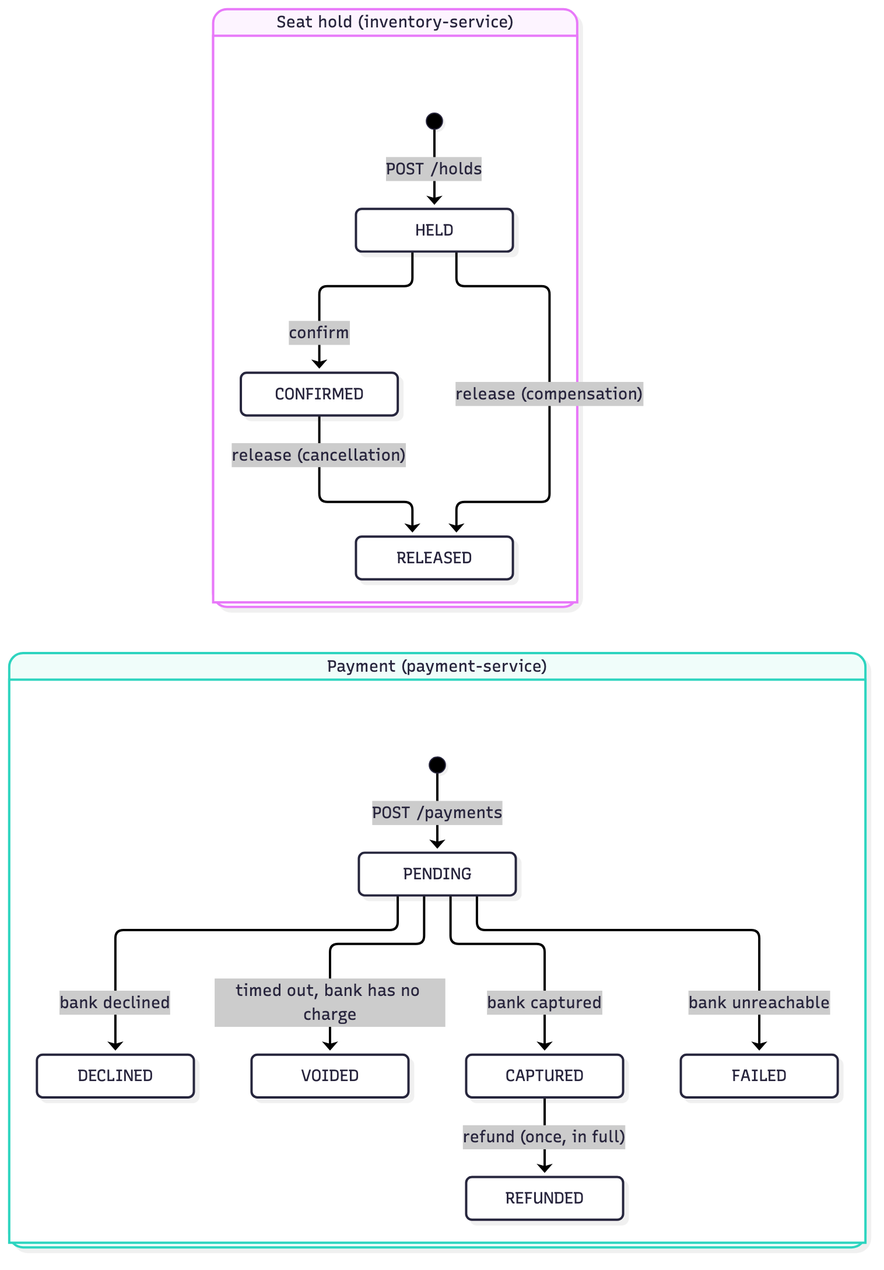
The Mermaid diagram docs/diagrams/state-hold-payment.png in spaceman-dev/tatkal-booking-microservices, before a commit. Its source is kept beside it as docs/diagrams/state-hold-payment.mmd. Its diagram source:
```mermaid
stateDiagram-v2
    direction LR
    state "Seat hold (inventory-service)" as hold {
        [*] --> HELD: POST /holds
        HELD --> CONFIRMED: confirm
        HELD --> RELEASED: release (compensation)
        CONFIRMED --> RELEASED: release (cancellation)
    }
    state "Payment (payment-service)" as pay {
        [*] --> PENDING: POST /payments
        PENDING --> CAPTURED: bank captured
        PENDING --> DECLINED: bank declined
        PENDING --> FAILED: bank unreachable
        PENDING --> VOIDED: timed out, bank has no charge
        CAPTURED --> REFUNDED: refund (once, in full)
    }
```
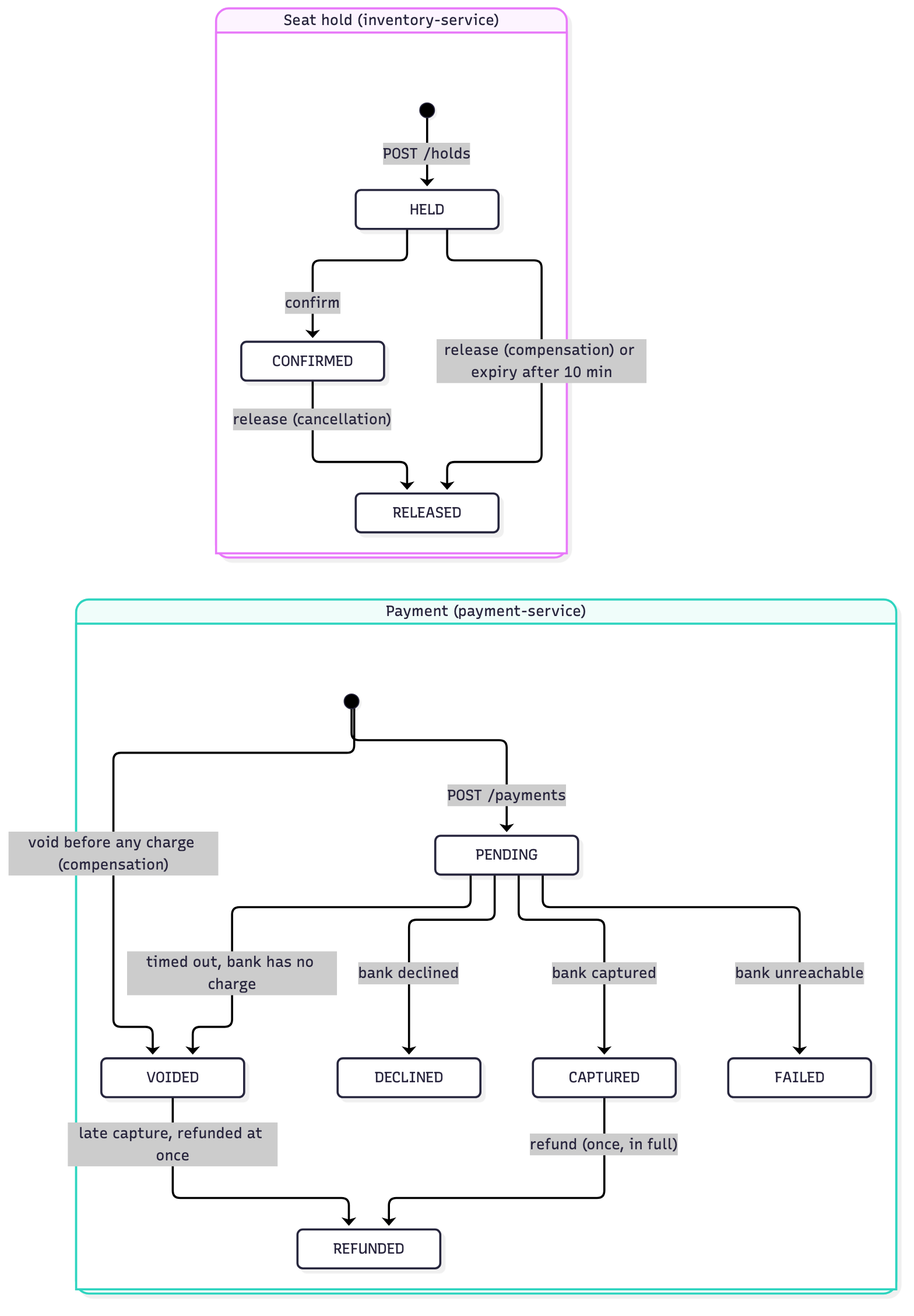
After the commit.

What changed in the source:
```diff
@@ -3,14 +3,16 @@
     state "Seat hold (inventory-service)" as hold {
         [*] --> HELD: POST /holds
         HELD --> CONFIRMED: confirm
-        HELD --> RELEASED: release (compensation)
+        HELD --> RELEASED: release (compensation) or expiry after 10 min
         CONFIRMED --> RELEASED: release (cancellation)
     }
     state "Payment (payment-service)" as pay {
         [*] --> PENDING: POST /payments
+        [*] --> VOIDED: void before any charge (compensation)
         PENDING --> CAPTURED: bank captured
         PENDING --> DECLINED: bank declined
         PENDING --> FAILED: bank unreachable
         PENDING --> VOIDED: timed out, bank has no charge
         CAPTURED --> REFUNDED: refund (once, in full)
+        VOIDED --> REFUNDED: late capture, refunded at once
     }
```
